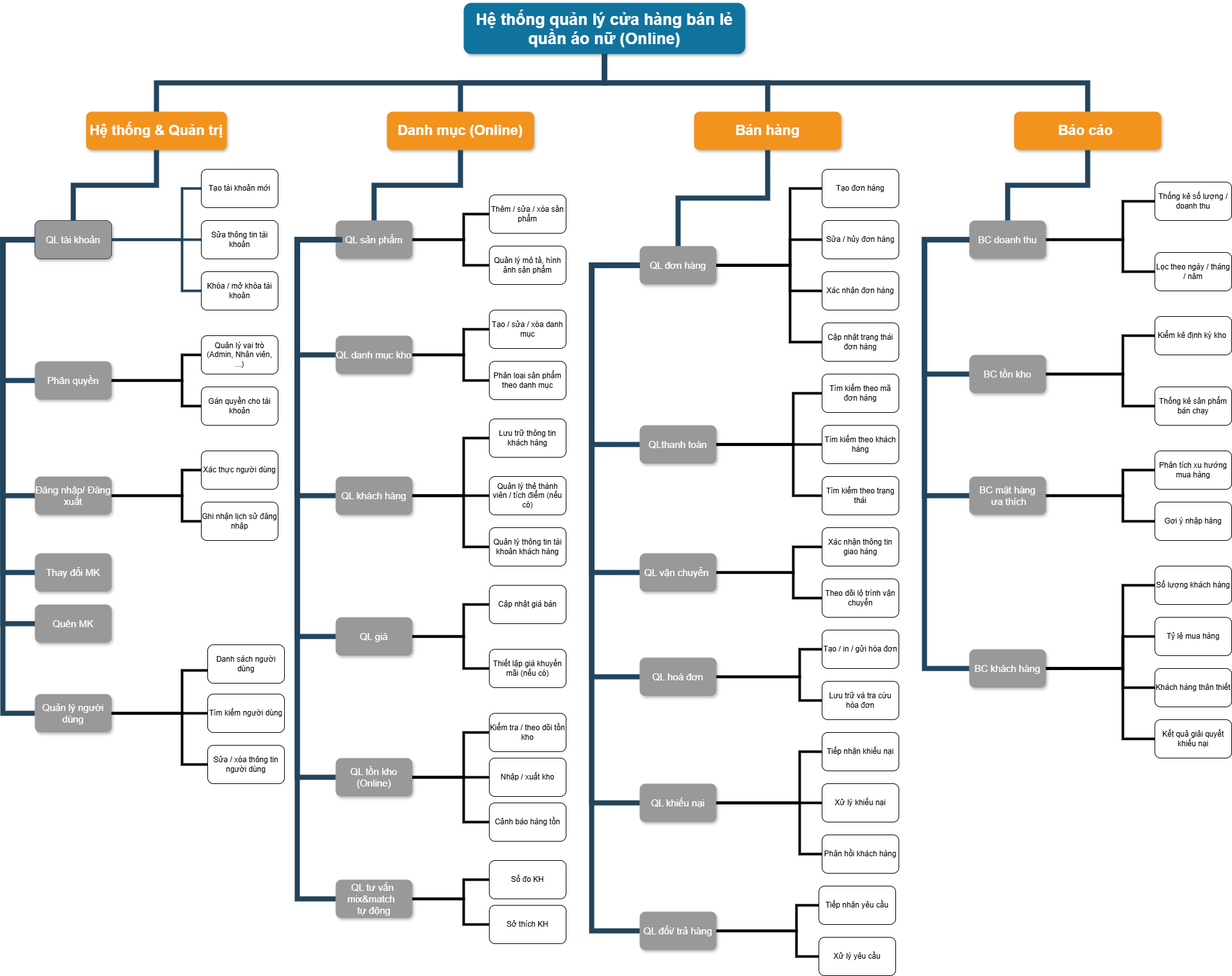
Before: clothesShop.drawio.png, a diagram exported from draw.io (Vulien/Diagram). Source tidied: cells renumbered, new cells last; positions are measured from the earlier drawing's top-left corner, leaving out a move shared by most shapes.
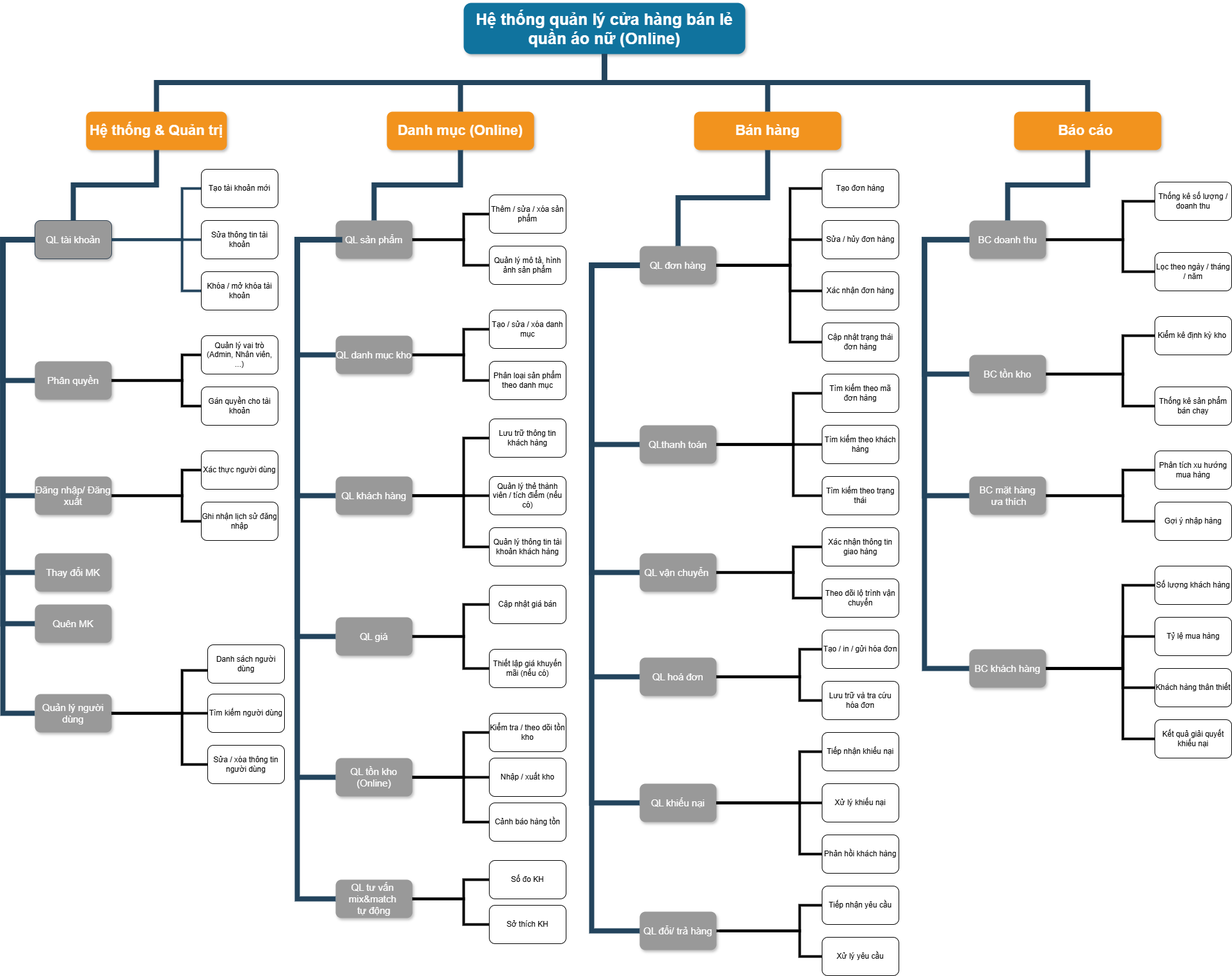
The same diagram one commit later.

Commit message:
Cập nhật clothesShop.drawio.png

Diff of the diagram source:
```diff
@@ -757,24 +757,26 @@
       <mxGeometry x="1095" y="1420" width="120" height="60" as="geometry" />
     </mxCell>
     <mxCell id="146" value="Tiếp nhận yêu cầu" style="rounded=1;whiteSpace=wrap;html=1;" parent="1" vertex="1">
-      <mxGeometry x="1375" y="1380" width="120" height="60" as="geometry" />
+      <mxGeometry x="1380" y="1380" width="120" height="60" as="geometry" />
     </mxCell>
     <mxCell id="147" value="Xử lý yêu cầu" style="rounded=1;whiteSpace=wrap;html=1;" parent="1" vertex="1">
-      <mxGeometry x="1375" y="1460" width="120" height="60" as="geometry" />
+      <mxGeometry x="1380" y="1460" width="120" height="60" as="geometry" />
     </mxCell>
-    <mxCell id="148" style="endArrow=none;html=1;rounded=0;entryX=0;entryY=0.5;entryDx=0;entryDy=0;strokeWidth=4;exitX=1;exitY=0.5;exitDx=0;exitDy=0;" parent="1" edge="1" source="145" target="146">
+    <mxCell id="148" style="endArrow=none;html=1;rounded=0;entryX=0;entryY=0.5;entryDx=0;entryDy=0;strokeWidth=4;exitX=1;exitY=0.5;exitDx=0;exitDy=0;" parent="1" edge="1" target="146">
       <mxGeometry relative="1" as="geometry">
+        <mxPoint x="1220" y="1450" as="sourcePoint" />
         <Array as="points">
-          <mxPoint x="1340" y="1450" />
-          <mxPoint x="1340" y="1410" />
+          <mxPoint x="1345" y="1450" />
+          <mxPoint x="1345" y="1410" />
         </Array>
       </mxGeometry>
     </mxCell>
-    <mxCell id="149" style="endArrow=none;html=1;rounded=0;strokeWidth=4;entryX=0;entryY=0.5;entryDx=0;entryDy=0;exitX=1;exitY=0.5;exitDx=0;exitDy=0;" parent="1" edge="1" source="145" target="147">
+    <mxCell id="149" style="endArrow=none;html=1;rounded=0;strokeWidth=4;entryX=0;entryY=0.5;entryDx=0;entryDy=0;exitX=1;exitY=0.5;exitDx=0;exitDy=0;" parent="1" edge="1" source="145">
       <mxGeometry relative="1" as="geometry">
+        <mxPoint x="1380" y="1490" as="targetPoint" />
         <Array as="points">
-          <mxPoint x="1340" y="1450" />
-          <mxPoint x="1340" y="1490" />
+          <mxPoint x="1345" y="1450" />
+          <mxPoint x="1345" y="1490" />
         </Array>
       </mxGeometry>
     </mxCell>
@@ -787,7 +789,7 @@
         </Array>
       </mxGeometry>
     </mxCell>
-    <mxCell id="151" value="QL tư vấn  mix&amp;match  &#10;tự động" style="whiteSpace=wrap;rounded=1;fillColor=#999999;strokeColor=none;shadow=1;fontColor=#FFFFFF;fontStyle=0;fontSize=15;" parent="1" vertex="1">
+    <mxCell id="151" value="QL tư vấn   mix&amp;match  &#10;tự động" style="whiteSpace=wrap;rounded=1;fillColor=#999999;strokeColor=none;shadow=1;fontColor=#FFFFFF;fontStyle=0;fontSize=15;" parent="1" vertex="1">
       <mxGeometry x="620" y="1370" width="120" height="60" as="geometry" />
     </mxCell>
     <mxCell id="152" style="endArrow=none;html=1;rounded=0;exitX=1;exitY=0.5;exitDx=0;exitDy=0;strokeWidth=4;entryX=0;entryY=0.5;entryDx=0;entryDy=0;" parent="1" edge="1" source="151" target="154">
```
